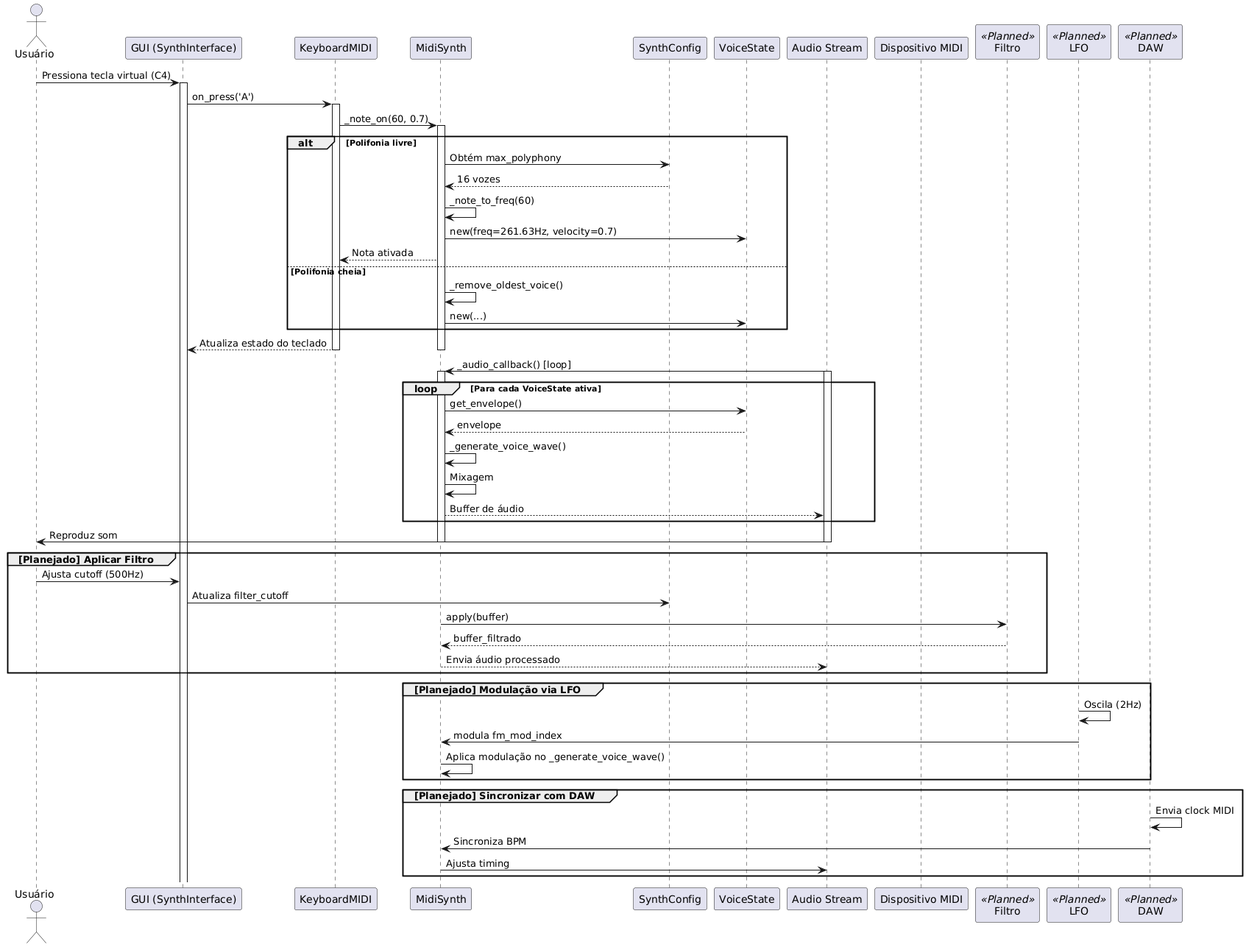
The PlantUML diagram Backup Synth/Backup Synth/diagrama de sequencia.png in gabrieltomasicode/SelvaSonic, before a commit. The source it was exported from:
```plantuml
@startuml
actor Usuário
participant "GUI (SynthInterface)" as GUI
participant "KeyboardMIDI" as Keyboard
participant "MidiSynth" as Synth
participant "SynthConfig" as Config
participant "VoiceState" as Voice
participant "Audio Stream" as Stream
participant "Dispositivo MIDI" as MIDI
participant "Filtro" as Filter <<Planned>>
participant "LFO" as LFO <<Planned>>
participant "DAW" as DAW <<Planned>>

Usuário -> GUI: Pressiona tecla virtual (C4)
activate GUI
GUI -> Keyboard: on_press('A')
activate Keyboard
Keyboard -> Synth: _note_on(60, 0.7)
activate Synth

alt Polifonia livre
  Synth -> Config: Obtém max_polyphony
  Config --> Synth: 16 vozes
  Synth -> Synth: _note_to_freq(60)
  Synth -> Voice: new(freq=261.63Hz, velocity=0.7)
  Synth --> Keyboard: Nota ativada
else Polifonia cheia
  Synth -> Synth: _remove_oldest_voice()
  Synth -> Voice: new(...)
end

Keyboard --> GUI: Atualiza estado do teclado
deactivate Keyboard
deactivate Synth

Stream -> Synth: _audio_callback() [loop]
activate Stream
activate Synth

loop Para cada VoiceState ativa
  Synth -> Voice: get_envelope()
  Voice --> Synth: envelope
  Synth -> Synth: _generate_voice_wave()
  Synth -> Synth: Mixagem
  Synth --> Stream: Buffer de áudio
end

Stream -> Usuário: Reproduz som
deactivate Synth
deactivate Stream

group [Planejado] Aplicar Filtro
  Usuário -> GUI: Ajusta cutoff (500Hz)
  GUI -> Config: Atualiza filter_cutoff
  Synth -> Filter: apply(buffer)
  Filter --> Synth: buffer_filtrado
  Synth --> Stream: Envia áudio processado
end

group [Planejado] Modulação via LFO
  LFO -> LFO: Oscila (2Hz)
  LFO -> Synth: modula fm_mod_index
  Synth -> Synth: Aplica modulação no _generate_voice_wave()
end

group [Planejado] Sincronizar com DAW
  DAW -> DAW: Envia clock MIDI
  DAW -> Synth: Sincroniza BPM
  Synth -> Stream: Ajusta timing
end
@enduml
```
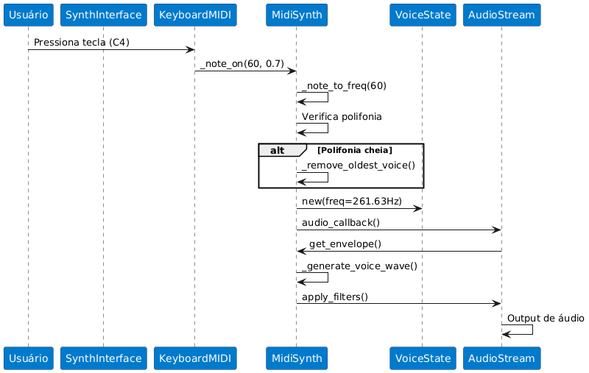
Later version of the same file.

Commit message:
atualização de diagramas e read.me

Change to the diagram source:
```diff
@@ -1,71 +1,31 @@
 @startuml
-actor Usuário
-participant "GUI (SynthInterface)" as GUI
-participant "KeyboardMIDI" as Keyboard
+skinparam backgroundColor #FFFFFF
+skinparam participant {
+  BackgroundColor #007ACC
+  BorderColor #003366
+  FontName Arial
+  FontSize 14
+  FontColor #FFFFFF
+}
+
+participant "Usuário" as User
+participant "SynthInterface" as GUI
+participant "KeyboardMIDI" as KB
 participant "MidiSynth" as Synth
-participant "SynthConfig" as Config
 participant "VoiceState" as Voice
-participant "Audio Stream" as Stream
-participant "Dispositivo MIDI" as MIDI
-participant "Filtro" as Filter <<Planned>>
-participant "LFO" as LFO <<Planned>>
-participant "DAW" as DAW <<Planned>>
+participant "AudioStream" as Audio
 
-Usuário -> GUI: Pressiona tecla virtual (C4)
-activate GUI
-GUI -> Keyboard: on_press('A')
-activate Keyboard
-Keyboard -> Synth: _note_on(60, 0.7)
-activate Synth
-
-alt Polifonia livre
-  Synth -> Config: Obtém max_polyphony
-  Config --> Synth: 16 vozes
-  Synth -> Synth: _note_to_freq(60)
-  Synth -> Voice: new(freq=261.63Hz, velocity=0.7)
-  Synth --> Keyboard: Nota ativada
-else Polifonia cheia
+User  -> KB: Pressiona tecla (C4)
+KB -> Synth: _note_on(60, 0.7)
+Synth -> Synth: _note_to_freq(60)
+Synth -> Synth: Verifica polifonia
+alt Polifonia cheia
   Synth -> Synth: _remove_oldest_voice()
-  Synth -> Voice: new(...)
 end
-
-Keyboard --> GUI: Atualiza estado do teclado
-deactivate Keyboard
-deactivate Synth
-
-Stream -> Synth: _audio_callback() [loop]
-activate Stream
-activate Synth
-
-loop Para cada VoiceState ativa
-  Synth -> Voice: get_envelope()
-  Voice --> Synth: envelope
-  Synth -> Synth: _generate_voice_wave()
-  Synth -> Synth: Mixagem
-  Synth --> Stream: Buffer de áudio
-end
-
-Stream -> Usuário: Reproduz som
-deactivate Synth
-deactivate Stream
-
-group [Planejado] Aplicar Filtro
-  Usuário -> GUI: Ajusta cutoff (500Hz)
-  GUI -> Config: Atualiza filter_cutoff
-  Synth -> Filter: apply(buffer)
-  Filter --> Synth: buffer_filtrado
-  Synth --> Stream: Envia áudio processado
-end
-
-group [Planejado] Modulação via LFO
-  LFO -> LFO: Oscila (2Hz)
-  LFO -> Synth: modula fm_mod_index
-  Synth -> Synth: Aplica modulação no _generate_voice_wave()
-end
-
-group [Planejado] Sincronizar com DAW
-  DAW -> DAW: Envia clock MIDI
-  DAW -> Synth: Sincroniza BPM
-  Synth -> Stream: Ajusta timing
-end
+Synth -> Voice: new(freq=261.63Hz)
+Synth -> Audio: audio_callback()
+Audio -> Synth: get_envelope()
+Synth -> Synth: _generate_voice_wave()
+Synth -> Audio: apply_filters()
+Audio -> Audio: Output de áudio
 @enduml
```
